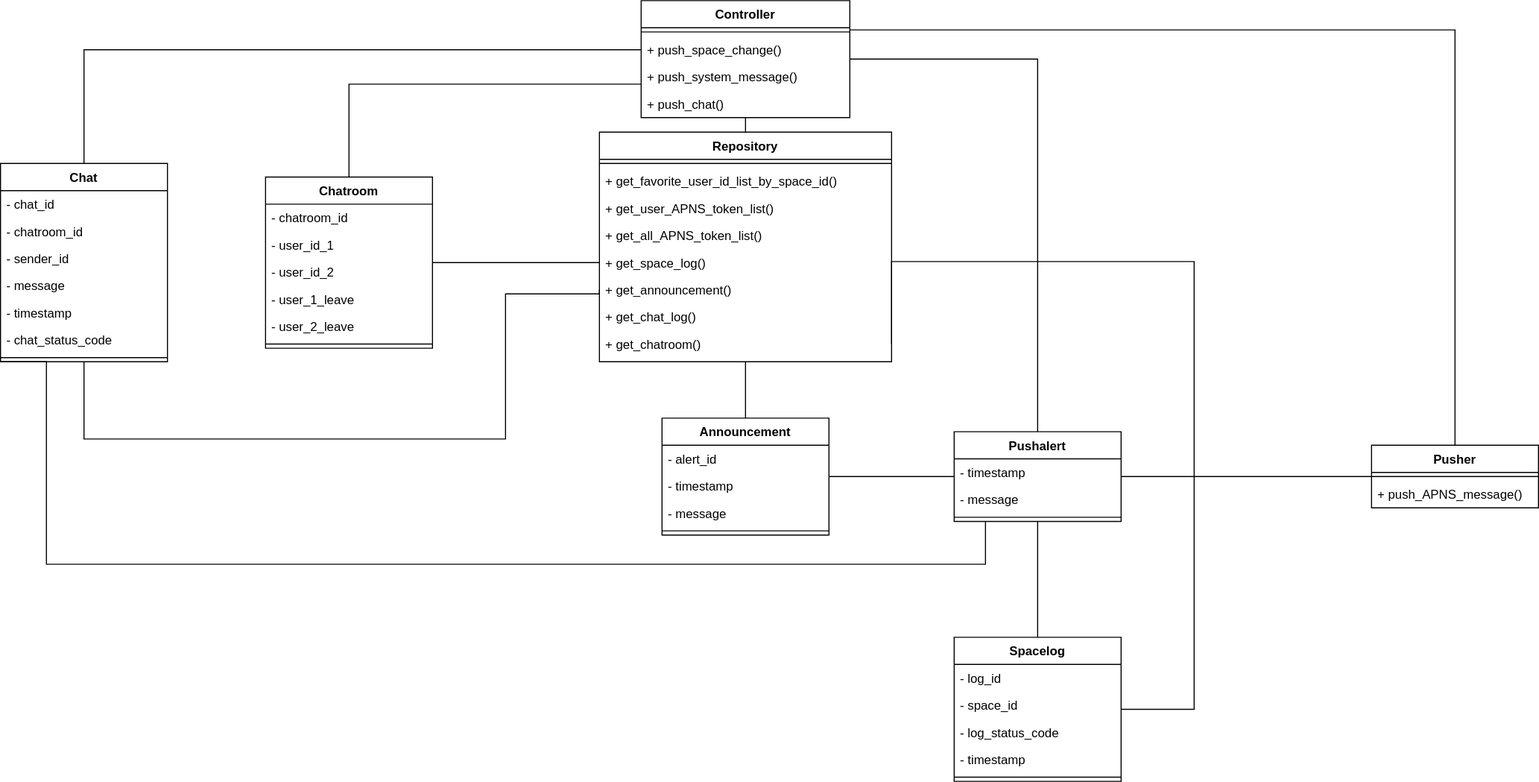
Earlier version of the draw.io export 클래스 다이어그램/push_server_class_diagram.svg (shlim0/2022_capstone1). Source tidied: cells renumbered, new cells last; positions are measured from the earlier drawing's top-left corner, leaving out a move shared by most shapes.
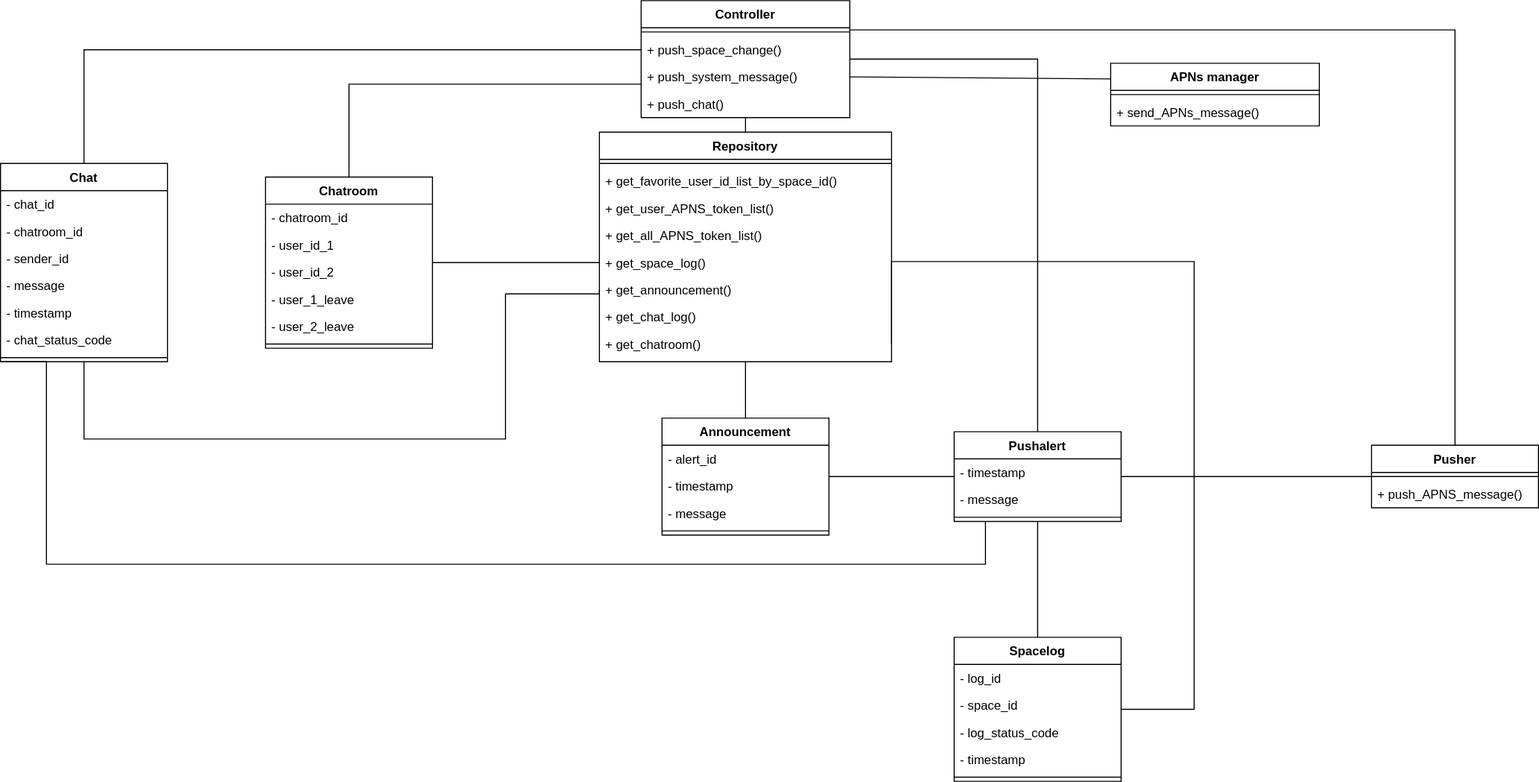
Above is the later version.

Commit message:
push server sequence diagram 작성

Change to the diagram source:
```diff
@@ -209,5 +209,17 @@
     <mxCell id="61" style="line;strokeWidth=1;fillColor=none;align=left;verticalAlign=middle;spacingTop=-1;spacingLeft=3;spacingRight=3;labelPosition=right;strokeColor=inherit;" parent="54" vertex="1">
       <mxGeometry y="182" width="160" height="8" as="geometry" />
     </mxCell>
+    <mxCell id="62" value="APNs manager" style="swimlane;fontStyle=1;align=center;verticalAlign=top;horizontal=1;startSize=26;rounded=0;shadow=0;strokeWidth=1;" parent="1" vertex="1">
+      <mxGeometry x="1064" y="60" width="200" height="60" as="geometry" />
+    </mxCell>
+    <mxCell id="63" style="line;html=1;strokeWidth=1;align=left;verticalAlign=middle;spacingTop=-1;spacingLeft=3;spacingRight=3;labelPosition=right;" parent="62" vertex="1">
+      <mxGeometry y="26" width="200" height="8" as="geometry" />
+    </mxCell>
+    <mxCell id="64" value="+ send_APNs_message()" style="text;align=left;verticalAlign=top;spacingLeft=4;spacingRight=4;overflow=hidden;" parent="62" vertex="1">
+      <mxGeometry y="34" width="200" height="26" as="geometry" />
+    </mxCell>
+    <mxCell id="65" style="endArrow=none;html=1;entryX=1;entryY=0.5;entryDx=0;entryDy=0;exitX=0;exitY=0.25;exitDx=0;exitDy=0;" parent="1" edge="1" source="62" target="7">
+      <mxGeometry relative="1" as="geometry" />
+    </mxCell>
   </root>
 </mxGraphModel>
```
